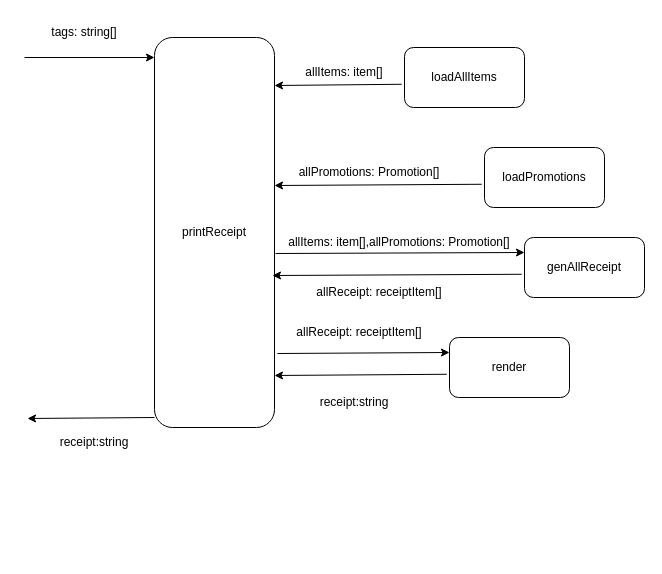
This is PrintReceipt.drawio from BGC-BootCamp-Team1/pos-machine, a draw.io file, before an edit. Source tidied: cells renumbered, new cells numbered last; positions are measured from the earlier drawing's top-left corner, leaving out a move shared by most shapes. Both pictures are drawn from the tidied source at 100%, with x=0, y=0 at pixel (24, 17).
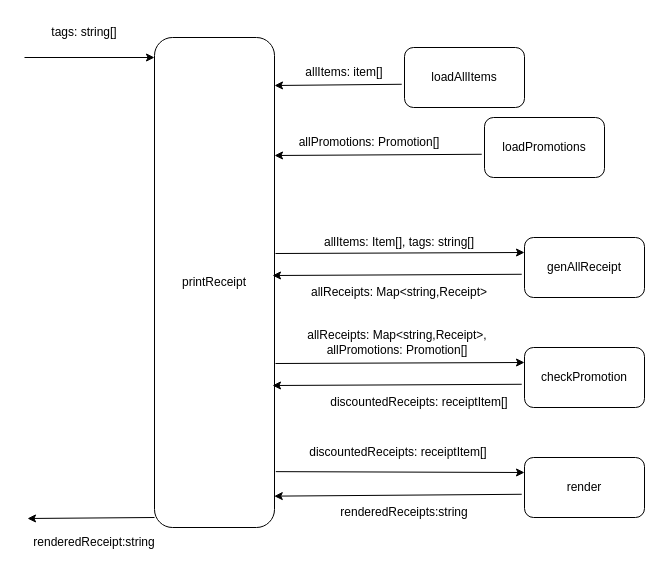
The same diagram, later.

The edit, as a diff of the source:
```diff
@@
     <mxCell id="3" value="printReceipt" style="rounded=1;whiteSpace=wrap;html=1;" parent="1" vertex="1">
-      <mxGeometry x="130" y="20" width="120" height="390" as="geometry" />
+      <mxGeometry x="130" y="20" width="120" height="490" as="geometry" />
     </mxCell>
     <mxCell id="4" style="endArrow=classic;html=1;rounded=0;exitX=-0.023;exitY=0.613;exitDx=0;exitDy=0;entryX=1;entryY=0.25;entryDx=0;entryDy=0;exitPerimeter=0;" parent="1" edge="1">
       <mxGeometry relative="1" as="geometry">
-        <mxPoint x="130" y="400" as="sourcePoint" />
-        <mxPoint x="3" y="401" as="targetPoint" />
+        <mxPoint x="130" y="500" as="sourcePoint" />
+        <mxPoint x="3" y="501" as="targetPoint" />
       </mxGeometry>
     </mxCell>
-    <mxCell id="5" value="receipt:string" style="text;strokeColor=none;align=center;fillColor=none;html=1;verticalAlign=middle;whiteSpace=wrap;rounded=0;" parent="1" vertex="1">
-      <mxGeometry x="30" y="410" width="80" height="30" as="geometry" />
+    <mxCell id="5" value="renderedReceipt:string" style="text;strokeColor=none;align=center;fillColor=none;html=1;verticalAlign=middle;whiteSpace=wrap;rounded=0;" parent="1" vertex="1">
+      <mxGeometry x="30" y="510" width="80" height="30" as="geometry" />
     </mxCell>
@@
     <mxCell id="10" value="loadPromotions" style="rounded=1;whiteSpace=wrap;html=1;" parent="1" vertex="1">
-      <mxGeometry x="460" y="130" width="120" height="60" as="geometry" />
+      <mxGeometry x="460" y="100" width="120" height="60" as="geometry" />
     </mxCell>
     <mxCell id="11" style="endArrow=classic;html=1;rounded=0;exitX=-0.023;exitY=0.613;exitDx=0;exitDy=0;entryX=1;entryY=0.25;entryDx=0;entryDy=0;exitPerimeter=0;" parent="1" edge="1" source="10">
       <mxGeometry relative="1" as="geometry">
-        <mxPoint x="250" y="168" as="targetPoint" />
+        <mxPoint x="250" y="138" as="targetPoint" />
       </mxGeometry>
     </mxCell>
     <mxCell id="12" value="allPromotions: Promotion[]" style="text;strokeColor=none;align=center;fillColor=none;html=1;verticalAlign=middle;whiteSpace=wrap;rounded=0;" parent="1" vertex="1">
-      <mxGeometry x="270" y="140" width="150" height="30" as="geometry" />
+      <mxGeometry x="270" y="110" width="150" height="30" as="geometry" />
     </mxCell>
-    <mxCell id="13" style="endArrow=classic;html=1;rounded=0;entryX=0;entryY=0.25;entryDx=0;entryDy=0;exitX=1.022;exitY=0.811;exitDx=0;exitDy=0;exitPerimeter=0;" parent="1" edge="1" target="15">
-      <mxGeometry relative="1" as="geometry">
-        <mxPoint x="253" y="336" as="sourcePoint" />
-      </mxGeometry>
+    <mxCell id="13" style="endArrow=classic;html=1;rounded=0;entryX=0;entryY=0.25;entryDx=0;entryDy=0;exitX=1.011;exitY=0.886;exitDx=0;exitDy=0;exitPerimeter=0;" parent="1" edge="1" source="3" target="15">
+      <mxGeometry relative="1" as="geometry" />
     </mxCell>
-    <mxCell id="14" value="allReceipt: receiptItem[]" style="text;strokeColor=none;align=center;fillColor=none;html=1;verticalAlign=middle;whiteSpace=wrap;rounded=0;" parent="1" vertex="1">
-      <mxGeometry x="250" y="300" width="170" height="30" as="geometry" />
-    </mxCell>
     <mxCell id="15" value="render" style="rounded=1;whiteSpace=wrap;html=1;" parent="1" vertex="1">
-      <mxGeometry x="425" y="320" width="120" height="60" as="geometry" />
+      <mxGeometry x="500" y="440" width="120" height="60" as="geometry" />
     </mxCell>
-    <mxCell id="16" style="endArrow=classic;html=1;rounded=0;exitX=-0.023;exitY=0.613;exitDx=0;exitDy=0;entryX=1;entryY=0.25;entryDx=0;entryDy=0;exitPerimeter=0;" parent="1" edge="1" source="15">
-      <mxGeometry relative="1" as="geometry">
-        <mxPoint x="250" y="358" as="targetPoint" />
-      </mxGeometry>
+    <mxCell id="16" style="endArrow=classic;html=1;rounded=0;exitX=-0.023;exitY=0.613;exitDx=0;exitDy=0;entryX=0.998;entryY=0.936;entryDx=0;entryDy=0;exitPerimeter=0;entryPerimeter=0;" parent="1" edge="1" source="15" target="3">
+      <mxGeometry relative="1" as="geometry" />
     </mxCell>
-    <mxCell id="17" value="receipt:string" style="text;strokeColor=none;align=center;fillColor=none;html=1;verticalAlign=middle;whiteSpace=wrap;rounded=0;" parent="1" vertex="1">
-      <mxGeometry x="290" y="370" width="80" height="30" as="geometry" />
+    <mxCell id="17" value="renderedReceipts:string" style="text;strokeColor=none;align=center;fillColor=none;html=1;verticalAlign=middle;whiteSpace=wrap;rounded=0;" parent="1" vertex="1">
+      <mxGeometry x="340" y="480" width="80" height="30" as="geometry" />
     </mxCell>
@@
-    <mxCell id="21" value="allReceipt: receiptItem[]" style="text;strokeColor=none;align=center;fillColor=none;html=1;verticalAlign=middle;whiteSpace=wrap;rounded=0;" parent="1" vertex="1">
-      <mxGeometry x="270" y="260" width="170" height="30" as="geometry" />
+    <mxCell id="21" value="allReceipts:&amp;nbsp;Map&amp;lt;string,Receipt&amp;gt;" style="text;strokeColor=none;align=center;fillColor=none;html=1;verticalAlign=middle;whiteSpace=wrap;rounded=0;" parent="1" vertex="1">
+      <mxGeometry x="250" y="260" width="250" height="30" as="geometry" />
     </mxCell>
-    <mxCell id="22" value="allItems: item[],allPromotions: Promotion[]" style="text;strokeColor=none;align=center;fillColor=none;html=1;verticalAlign=middle;whiteSpace=wrap;rounded=0;" parent="1" vertex="1">
+    <mxCell id="22" value="allItems: Item[], tags: string[]" style="text;strokeColor=none;align=center;fillColor=none;html=1;verticalAlign=middle;whiteSpace=wrap;rounded=0;" parent="1" vertex="1">
       <mxGeometry x="260" y="210" width="230" height="30" as="geometry" />
     </mxCell>
+    <mxCell id="23" style="endArrow=classic;html=1;rounded=0;entryX=0;entryY=0.25;entryDx=0;entryDy=0;exitX=1.022;exitY=0.811;exitDx=0;exitDy=0;exitPerimeter=0;" parent="1" edge="1" target="24">
+      <mxGeometry relative="1" as="geometry">
+        <mxPoint x="251" y="346" as="sourcePoint" />
+      </mxGeometry>
+    </mxCell>
+    <mxCell id="24" value="checkPromotion" style="rounded=1;whiteSpace=wrap;html=1;" parent="1" vertex="1">
+      <mxGeometry x="500" y="330" width="120" height="60" as="geometry" />
+    </mxCell>
+    <mxCell id="25" style="endArrow=classic;html=1;rounded=0;exitX=-0.023;exitY=0.613;exitDx=0;exitDy=0;entryX=1;entryY=0.25;entryDx=0;entryDy=0;exitPerimeter=0;" parent="1" edge="1" source="24">
+      <mxGeometry relative="1" as="geometry">
+        <mxPoint x="248" y="368" as="targetPoint" />
+      </mxGeometry>
+    </mxCell>
+    <mxCell id="26" value="allReceipts:&amp;nbsp;Map&amp;lt;string,Receipt&amp;gt;,&lt;div&gt;allPromotions: Promotion[]&lt;/div&gt;" style="text;strokeColor=none;align=center;fillColor=none;html=1;verticalAlign=middle;whiteSpace=wrap;rounded=0;" parent="1" vertex="1">
+      <mxGeometry x="248" y="310" width="250" height="30" as="geometry" />
+    </mxCell>
+    <mxCell id="27" value="discountedReceipts: receiptItem[]" style="text;strokeColor=none;align=center;fillColor=none;html=1;verticalAlign=middle;whiteSpace=wrap;rounded=0;" parent="1" vertex="1">
+      <mxGeometry x="269" y="370" width="252" height="30" as="geometry" />
+    </mxCell>
+    <mxCell id="28" value="discountedReceipts: receiptItem[]" style="text;strokeColor=none;align=center;fillColor=none;html=1;verticalAlign=middle;whiteSpace=wrap;rounded=0;" parent="1" vertex="1">
+      <mxGeometry x="248" y="420" width="252" height="30" as="geometry" />
+    </mxCell>
```
